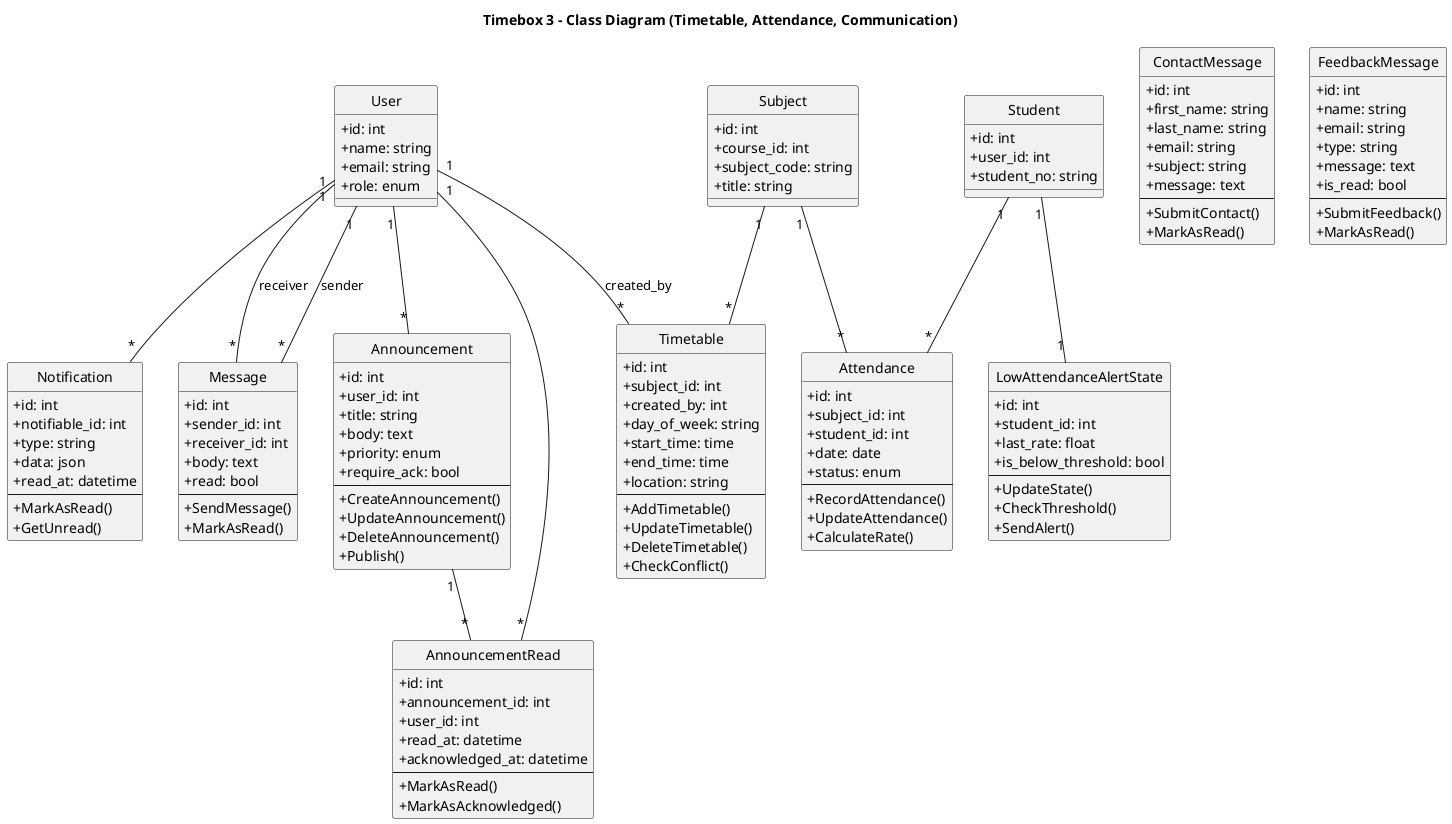
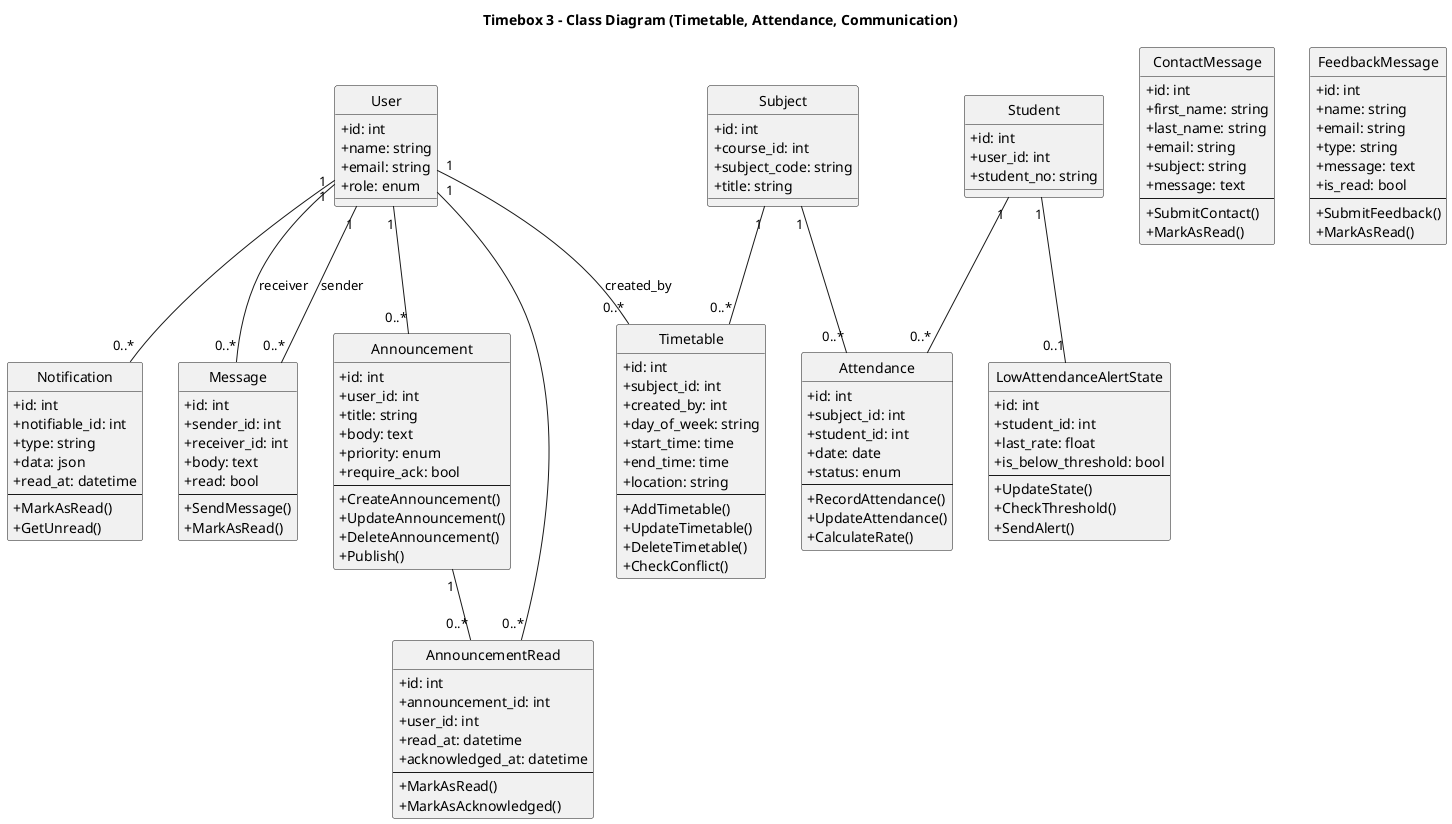
@startuml
hide circle
skinparam classAttributeIconSize 0
title Timebox 3 - Class Diagram (Timetable, Attendance, Communication)

class User {
  +id: int
  +name: string
  +email: string
  +role: enum
}

class Student {
  +id: int
  +user_id: int
  +student_no: string
}

class Subject {
  +id: int
  +course_id: int
  +subject_code: string
  +title: string
}

class Timetable {
  +id: int
  +subject_id: int
  +created_by: int
  +day_of_week: string
  +start_time: time
  +end_time: time
  +location: string
  --
  +AddTimetable()
  +UpdateTimetable()
  +DeleteTimetable()
  +CheckConflict()
}

class Attendance {
  +id: int
  +subject_id: int
  +student_id: int
  +date: date
  +status: enum
  --
  +RecordAttendance()
  +UpdateAttendance()
  +CalculateRate()
}

class LowAttendanceAlertState {
  +id: int
  +student_id: int
  +last_rate: float
  +is_below_threshold: bool
  --
  +UpdateState()
  +CheckThreshold()
  +SendAlert()
}

class Announcement {
  +id: int
  +user_id: int
  +title: string
  +body: text
  +priority: enum
  +require_ack: bool
  --
  +CreateAnnouncement()
  +UpdateAnnouncement()
  +DeleteAnnouncement()
  +Publish()
}

class AnnouncementRead {
  +id: int
  +announcement_id: int
  +user_id: int
  +read_at: datetime
  +acknowledged_at: datetime
  --
  +MarkAsRead()
  +MarkAsAcknowledged()
}

class Message {
  +id: int
  +sender_id: int
  +receiver_id: int
  +body: text
  +read: bool
  --
  +SendMessage()
  +MarkAsRead()
}

class Notification {
  +id: int
  +notifiable_id: int
  +type: string
  +data: json
  +read_at: datetime
  --
  +MarkAsRead()
  +GetUnread()
}

class ContactMessage {
  +id: int
  +first_name: string
  +last_name: string
  +email: string
  +subject: string
  +message: text
  --
  +SubmitContact()
  +MarkAsRead()
}

class FeedbackMessage {
  +id: int
  +name: string
  +email: string
  +type: string
  +message: text
  +is_read: bool
  --
  +SubmitFeedback()
  +MarkAsRead()
}

' Relationships
- Subject "1" -- "*" Timetable
- User "1" -- "*" Timetable : created_by
+ Subject "1" -- "0..*" Timetable
+ User    "1" -- "0..*" Timetable : created_by

- Subject "1" -- "*" Attendance
- Student "1" -- "*" Attendance
- Student "1" -- "1" LowAttendanceAlertState
+ Subject "1" -- "0..*" Attendance
+ Student "1" -- "0..*" Attendance

- User "1" -- "*" Announcement
- Announcement "1" -- "*" AnnouncementRead
- User "1" -- "*" AnnouncementRead
+ ' Each Student can have 0 or 1 alert state; each state belongs to 1 Student.
+ Student "1" -- "0..1" LowAttendanceAlertState

- User "1" -- "*" Message : sender
- User "1" -- "*" Message : receiver
+ User "1" -- "0..*" Announcement
+ Announcement "1" -- "0..*" AnnouncementRead
+ User "1" -- "0..*" AnnouncementRead

- User "1" -- "*" Notification
+ User "1" -- "0..*" Message : sender
+ User "1" -- "0..*" Message : receiver
+ 
+ User "1" -- "0..*" Notification

@enduml